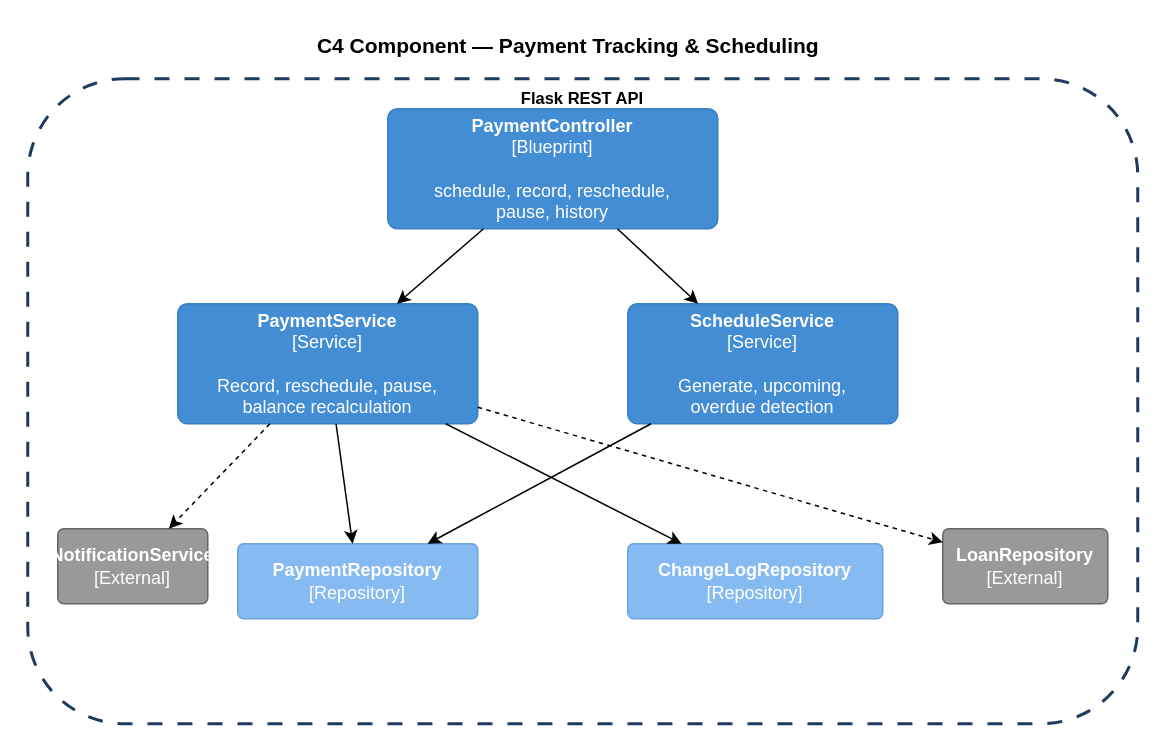
The draw.io diagram docs/detailed-designs/diagrams/drawio/c4_component_payment.drawio in QuinntyneBrown/LendQ, before the edit. Source tidied: cells renumbered, new cells numbered last; positions are measured from the earlier drawing's top-left corner, leaving out a move shared by most shapes. Both pictures are drawn from the tidied source at 150%, with x=0, y=0 at pixel (27, 26).
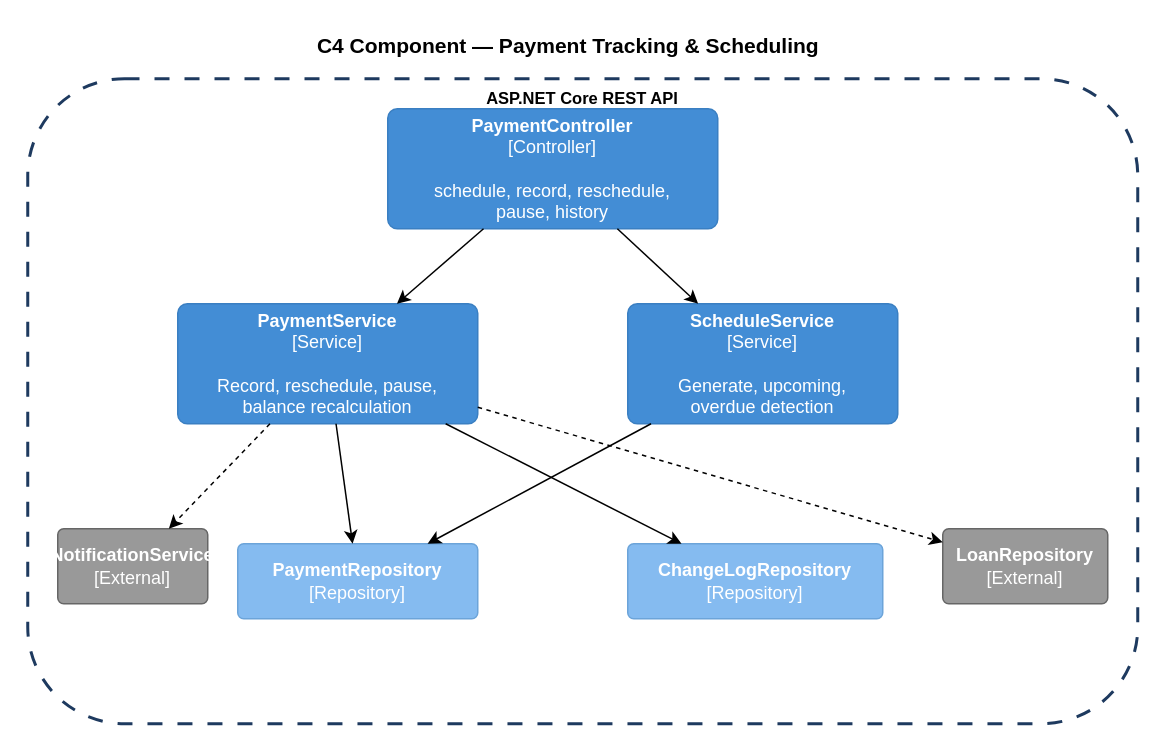
After the change.

Diff of the diagram source:
```diff
@@
 <mxGraphModel>
   <root>
     <mxCell id="0" />
     <mxCell id="1" parent="0" />
     <mxCell id="2" value="C4 Component — Payment Tracking &amp; Scheduling" style="text;html=1;align=center;verticalAlign=middle;strokeColor=none;fillColor=none;fontSize=14;fontStyle=1;" parent="1" vertex="1">
       <mxGeometry x="160" width="400" height="25" as="geometry" />
     </mxCell>
-    <mxCell id="3" value="Flask REST API" style="rounded=1;whiteSpace=wrap;html=1;fillColor=none;strokeColor=#1e3a5f;dashed=1;dashPattern=5 5;verticalAlign=top;fontStyle=1;fontSize=11;strokeWidth=2;" parent="1" vertex="1">
+    <mxCell id="3" value="ASP.NET Core REST API" style="rounded=1;whiteSpace=wrap;html=1;fillColor=none;strokeColor=#1e3a5f;dashed=1;dashPattern=5 5;verticalAlign=top;fontStyle=1;fontSize=11;strokeWidth=2;" parent="1" vertex="1">
       <mxGeometry y="35" width="740" height="430" as="geometry" />
     </mxCell>
-    <mxCell id="4" value="&lt;b&gt;PaymentController&lt;/b&gt;&lt;br&gt;[Blueprint]&lt;br&gt;&lt;br&gt;schedule, record, reschedule,&lt;br&gt;pause, history" style="rounded=1;whiteSpace=wrap;html=1;fillColor=#438DD5;fontColor=#ffffff;strokeColor=#3a7fc2;arcSize=8;" parent="1" vertex="1">
+    <mxCell id="4" value="&lt;b&gt;PaymentController&lt;/b&gt;&lt;br&gt;[Controller]&lt;br&gt;&lt;br&gt;schedule, record, reschedule,&lt;br&gt;pause, history" style="rounded=1;whiteSpace=wrap;html=1;fillColor=#438DD5;fontColor=#ffffff;strokeColor=#3a7fc2;arcSize=8;" parent="1" vertex="1">
       <mxGeometry x="240" y="55" width="220" height="80" as="geometry" />
     </mxCell>
     <mxCell id="5" value="&lt;b&gt;PaymentService&lt;/b&gt;&lt;br&gt;[Service]&lt;br&gt;&lt;br&gt;Record, reschedule, pause,&lt;br&gt;balance recalculation" style="rounded=1;whiteSpace=wrap;html=1;fillColor=#438DD5;fontColor=#ffffff;strokeColor=#3a7fc2;arcSize=8;" parent="1" vertex="1">
       <mxGeometry x="100" y="185" width="200" height="80" as="geometry" />
     </mxCell>
     <mxCell id="6" value="&lt;b&gt;ScheduleService&lt;/b&gt;&lt;br&gt;[Service]&lt;br&gt;&lt;br&gt;Generate, upcoming,&lt;br&gt;overdue detection" style="rounded=1;whiteSpace=wrap;html=1;fillColor=#438DD5;fontColor=#ffffff;strokeColor=#3a7fc2;arcSize=8;" parent="1" vertex="1">
       <mxGeometry x="400" y="185" width="180" height="80" as="geometry" />
     </mxCell>
     <mxCell id="7" value="&lt;b&gt;PaymentRepository&lt;/b&gt;&lt;br&gt;[Repository]" style="rounded=1;whiteSpace=wrap;html=1;fillColor=#85BBF0;fontColor=#ffffff;strokeColor=#6ca4d9;arcSize=8;" parent="1" vertex="1">
       <mxGeometry x="140" y="345" width="160" height="50" as="geometry" />
     </mxCell>
     <mxCell id="8" value="&lt;b&gt;ChangeLogRepository&lt;/b&gt;&lt;br&gt;[Repository]" style="rounded=1;whiteSpace=wrap;html=1;fillColor=#85BBF0;fontColor=#ffffff;strokeColor=#6ca4d9;arcSize=8;" parent="1" vertex="1">
       <mxGeometry x="400" y="345" width="170" height="50" as="geometry" />
     </mxCell>
     <mxCell id="9" value="&lt;b&gt;NotificationService&lt;/b&gt;&lt;br&gt;[External]" style="rounded=1;whiteSpace=wrap;html=1;fillColor=#999999;fontColor=#ffffff;strokeColor=#666666;arcSize=8;" parent="1" vertex="1">
       <mxGeometry x="20" y="335" width="100" height="50" as="geometry" />
     </mxCell>
     <mxCell id="10" value="&lt;b&gt;LoanRepository&lt;/b&gt;&lt;br&gt;[External]" style="rounded=1;whiteSpace=wrap;html=1;fillColor=#999999;fontColor=#ffffff;strokeColor=#666666;arcSize=8;" parent="1" vertex="1">
       <mxGeometry x="610" y="335" width="110" height="50" as="geometry" />
     </mxCell>
     <mxCell id="11" style="endArrow=classic;html=1;" parent="1" edge="1" source="4" target="5">
       <mxGeometry relative="1" as="geometry" />
     </mxCell>
     <mxCell id="12" style="endArrow=classic;html=1;" parent="1" edge="1" source="4" target="6">
       <mxGeometry relative="1" as="geometry" />
     </mxCell>
     <mxCell id="13" style="endArrow=classic;html=1;" parent="1" edge="1" source="5" target="7">
       <mxGeometry relative="1" as="geometry" />
     </mxCell>
     <mxCell id="14" style="endArrow=classic;html=1;" parent="1" edge="1" source="5" target="8">
       <mxGeometry relative="1" as="geometry" />
     </mxCell>
     <mxCell id="15" style="endArrow=classic;html=1;" parent="1" edge="1" source="6" target="7">
       <mxGeometry relative="1" as="geometry" />
     </mxCell>
     <mxCell id="16" style="endArrow=classic;html=1;dashed=1;" parent="1" edge="1" source="5" target="9">
       <mxGeometry relative="1" as="geometry" />
     </mxCell>
     <mxCell id="17" style="endArrow=classic;html=1;dashed=1;" parent="1" edge="1" source="5" target="10">
       <mxGeometry relative="1" as="geometry" />
     </mxCell>
   </root>
 </mxGraphModel>
```
